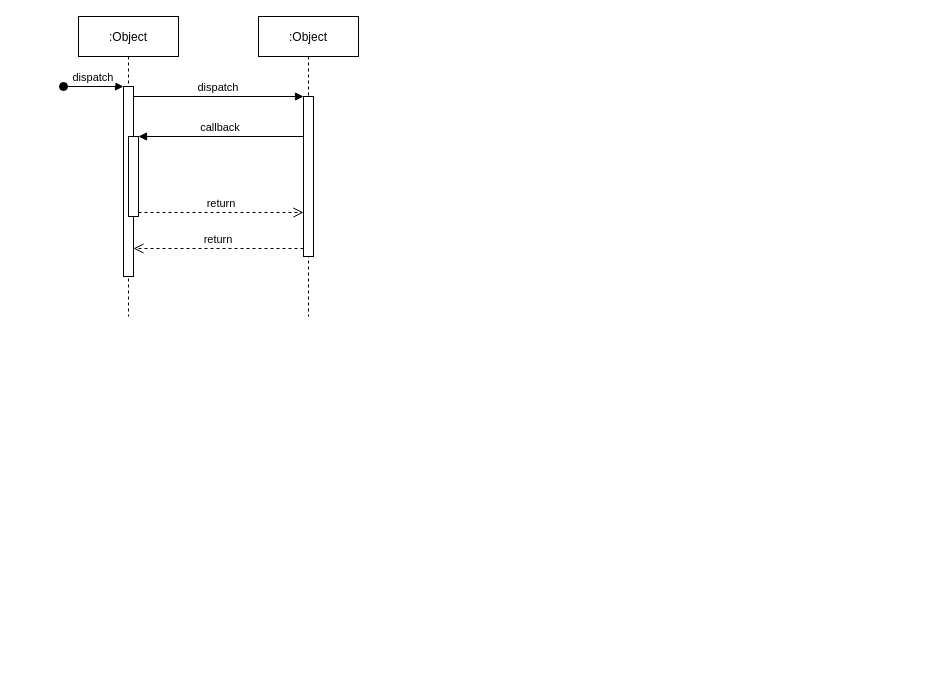
The draw.io diagram HW3Q3.drawio in Theobourne/diagramsCS308, before the edit. Source tidied: cells renumbered, new cells numbered last; positions are measured from the earlier drawing's top-left corner, leaving out a move shared by most shapes. Both pictures are drawn from the tidied source at 100%, with x=0, y=0 at pixel (63, 16).
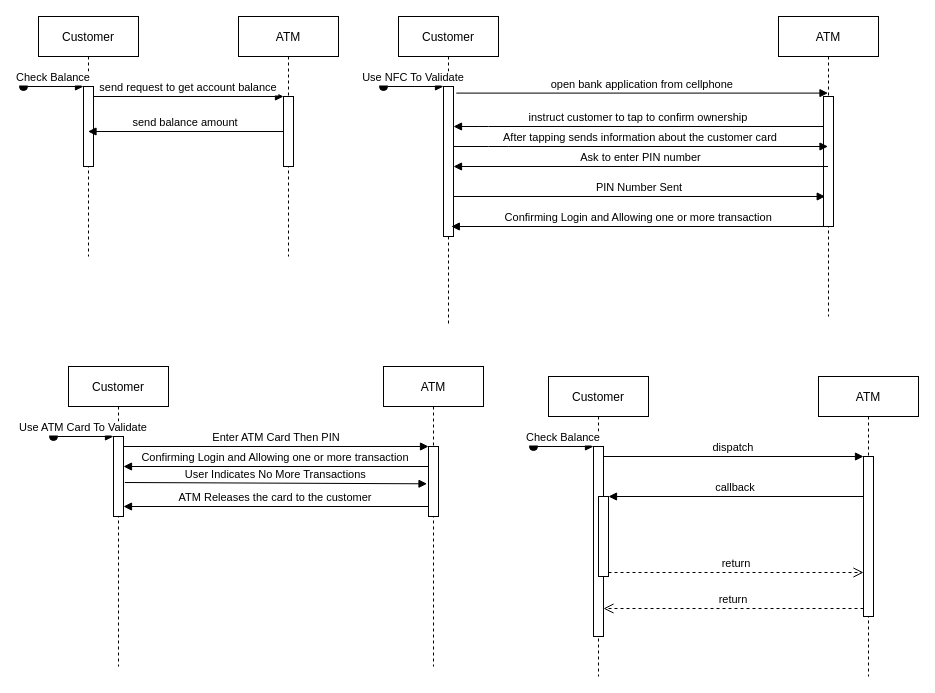
Above is the later version.

Change to the diagram source:
```diff
@@
-    <mxCell id="2" value=":Object" style="shape=umlLifeline;perimeter=lifelinePerimeter;rounded=0;shadow=0;strokeWidth=1;" parent="1" vertex="1">
-      <mxGeometry x="15" width="100" height="300" as="geometry" />
+    <mxCell id="2" value="Customer" style="shape=umlLifeline;perimeter=lifelinePerimeter;rounded=0;shadow=0;strokeWidth=1;" parent="1" vertex="1">
+      <mxGeometry x="-25" width="100" height="240" as="geometry" />
     </mxCell>
     <mxCell id="3" style="points=[];perimeter=orthogonalPerimeter;rounded=0;shadow=0;strokeWidth=1;" parent="2" vertex="1">
-      <mxGeometry x="45" y="70" width="10" height="190" as="geometry" />
+      <mxGeometry x="45" y="70" width="10" height="80" as="geometry" />
     </mxCell>
-    <mxCell id="4" value="dispatch" style="verticalAlign=bottom;startArrow=oval;endArrow=block;startSize=8;shadow=0;strokeWidth=1;" parent="2" edge="1" target="3">
+    <mxCell id="4" value="Check Balance" style="verticalAlign=bottom;startArrow=oval;endArrow=block;startSize=8;shadow=0;strokeWidth=1;" parent="2" edge="1" target="3">
       <mxGeometry relative="1" as="geometry">
         <mxPoint x="-15" y="70" as="sourcePoint" />
       </mxGeometry>
     </mxCell>
-    <mxCell id="5" style="points=[];perimeter=orthogonalPerimeter;rounded=0;shadow=0;strokeWidth=1;" parent="2" vertex="1">
-      <mxGeometry x="50" y="120" width="10" height="80" as="geometry" />
-    </mxCell>
-    <mxCell id="6" value=":Object" style="shape=umlLifeline;perimeter=lifelinePerimeter;rounded=0;shadow=0;strokeWidth=1;" parent="1" vertex="1">
-      <mxGeometry x="195" width="100" height="300" as="geometry" />
+    <mxCell id="6" value="ATM" style="shape=umlLifeline;perimeter=lifelinePerimeter;rounded=0;shadow=0;strokeWidth=1;" parent="1" vertex="1">
+      <mxGeometry x="175" width="100" height="240" as="geometry" />
     </mxCell>
     <mxCell id="7" style="points=[];perimeter=orthogonalPerimeter;rounded=0;shadow=0;strokeWidth=1;" parent="6" vertex="1">
-      <mxGeometry x="45" y="80" width="10" height="160" as="geometry" />
+      <mxGeometry x="45" y="80" width="10" height="70" as="geometry" />
     </mxCell>
-    <mxCell id="8" value="return" style="verticalAlign=bottom;endArrow=open;dashed=1;endSize=8;exitX=0;exitY=0.95;shadow=0;strokeWidth=1;" parent="1" edge="1" source="7" target="3">
-      <mxGeometry relative="1" as="geometry" />
-    </mxCell>
-    <mxCell id="9" value="dispatch" style="verticalAlign=bottom;endArrow=block;entryX=0;entryY=0;shadow=0;strokeWidth=1;" parent="1" edge="1" source="3" target="7">
+    <mxCell id="9" value="send request to get account balance" style="verticalAlign=bottom;endArrow=block;entryX=0;entryY=0;shadow=0;strokeWidth=1;" parent="1" edge="1" source="3" target="7">
       <mxGeometry relative="1" as="geometry" />
     </mxCell>
-    <mxCell id="10" value="callback" style="verticalAlign=bottom;endArrow=block;entryX=1;entryY=0;shadow=0;strokeWidth=1;" parent="1" edge="1" source="7" target="5">
+    <mxCell id="10" value="send balance amount" style="verticalAlign=bottom;endArrow=block;shadow=0;strokeWidth=1;" parent="1" edge="1" source="7" target="2">
       <mxGeometry relative="1" as="geometry" />
     </mxCell>
+    <mxCell id="12" value="Customer" style="shape=umlLifeline;perimeter=lifelinePerimeter;rounded=0;shadow=0;strokeWidth=1;" parent="1" vertex="1">
+      <mxGeometry x="335" width="100" height="310" as="geometry" />
+    </mxCell>
+    <mxCell id="13" style="points=[];perimeter=orthogonalPerimeter;rounded=0;shadow=0;strokeWidth=1;" parent="12" vertex="1">
+      <mxGeometry x="45" y="70" width="10" height="150" as="geometry" />
+    </mxCell>
+    <mxCell id="14" value="Use NFC To Validate" style="verticalAlign=bottom;startArrow=oval;endArrow=block;startSize=8;shadow=0;strokeWidth=1;" parent="12" edge="1" target="13">
+      <mxGeometry relative="1" as="geometry">
+        <mxPoint x="-15" y="70" as="sourcePoint" />
+      </mxGeometry>
+    </mxCell>
+    <mxCell id="15" value="PIN Number Sent" style="verticalAlign=bottom;endArrow=block;shadow=0;strokeWidth=1;exitX=1.283;exitY=0.044;exitDx=0;exitDy=0;exitPerimeter=0;" parent="12" edge="1">
+      <mxGeometry relative="1" as="geometry">
+        <mxPoint x="55" y="180" as="sourcePoint" />
+        <mxPoint x="426.7" y="180" as="targetPoint" />
+      </mxGeometry>
+    </mxCell>
+    <mxCell id="16" value="ATM" style="shape=umlLifeline;perimeter=lifelinePerimeter;rounded=0;shadow=0;strokeWidth=1;" parent="1" vertex="1">
+      <mxGeometry x="715" width="100" height="300" as="geometry" />
+    </mxCell>
+    <mxCell id="17" style="points=[];perimeter=orthogonalPerimeter;rounded=0;shadow=0;strokeWidth=1;" parent="16" vertex="1">
+      <mxGeometry x="45" y="80" width="10" height="130" as="geometry" />
+    </mxCell>
+    <mxCell id="18" value="open bank application from cellphone" style="verticalAlign=bottom;endArrow=block;shadow=0;strokeWidth=1;exitX=1.283;exitY=0.044;exitDx=0;exitDy=0;exitPerimeter=0;" parent="1" edge="1" source="13" target="16">
+      <mxGeometry relative="1" as="geometry" />
+    </mxCell>
+    <mxCell id="19" value="instruct customer to tap to confirm ownership" style="verticalAlign=bottom;endArrow=block;shadow=0;strokeWidth=1;" parent="1" edge="1" source="17" target="13">
+      <mxGeometry relative="1" as="geometry">
+        <Array as="points">
+          <mxPoint x="415" y="110" />
+        </Array>
+      </mxGeometry>
+    </mxCell>
+    <mxCell id="20" value="Customer" style="shape=umlLifeline;perimeter=lifelinePerimeter;rounded=0;shadow=0;strokeWidth=1;" parent="1" vertex="1">
+      <mxGeometry x="5" y="350" width="100" height="300" as="geometry" />
+    </mxCell>
+    <mxCell id="21" style="points=[];perimeter=orthogonalPerimeter;rounded=0;shadow=0;strokeWidth=1;" parent="20" vertex="1">
+      <mxGeometry x="45" y="70" width="10" height="80" as="geometry" />
+    </mxCell>
+    <mxCell id="22" value="Use ATM Card To Validate" style="verticalAlign=bottom;startArrow=oval;endArrow=block;startSize=8;shadow=0;strokeWidth=1;" parent="20" edge="1" target="21">
+      <mxGeometry relative="1" as="geometry">
+        <mxPoint x="-15" y="70" as="sourcePoint" />
+      </mxGeometry>
+    </mxCell>
+    <mxCell id="23" value="ATM" style="shape=umlLifeline;perimeter=lifelinePerimeter;rounded=0;shadow=0;strokeWidth=1;" parent="1" vertex="1">
+      <mxGeometry x="320" y="350" width="100" height="300" as="geometry" />
+    </mxCell>
+    <mxCell id="24" style="points=[];perimeter=orthogonalPerimeter;rounded=0;shadow=0;strokeWidth=1;" parent="23" vertex="1">
+      <mxGeometry x="45" y="80" width="10" height="70" as="geometry" />
+    </mxCell>
+    <mxCell id="25" value="ATM Releases the card to the customer" style="verticalAlign=bottom;endArrow=block;shadow=0;strokeWidth=1;" parent="23" edge="1">
+      <mxGeometry relative="1" as="geometry">
+        <mxPoint x="45" y="140" as="sourcePoint" />
+        <mxPoint x="-260" y="140" as="targetPoint" />
+      </mxGeometry>
+    </mxCell>
+    <mxCell id="26" value="Enter ATM Card Then PIN" style="verticalAlign=bottom;endArrow=block;entryX=0;entryY=0;shadow=0;strokeWidth=1;" parent="1" edge="1" source="21" target="24">
+      <mxGeometry relative="1" as="geometry" />
+    </mxCell>
+    <mxCell id="27" value="Customer" style="shape=umlLifeline;perimeter=lifelinePerimeter;rounded=0;shadow=0;strokeWidth=1;" parent="1" vertex="1">
+      <mxGeometry x="485" y="360" width="100" height="300" as="geometry" />
+    </mxCell>
+    <mxCell id="28" style="points=[];perimeter=orthogonalPerimeter;rounded=0;shadow=0;strokeWidth=1;" parent="27" vertex="1">
+      <mxGeometry x="45" y="70" width="10" height="190" as="geometry" />
+    </mxCell>
+    <mxCell id="29" value="Check Balance" style="verticalAlign=bottom;startArrow=oval;endArrow=block;startSize=8;shadow=0;strokeWidth=1;" parent="27" edge="1" target="28">
+      <mxGeometry relative="1" as="geometry">
+        <mxPoint x="-15" y="70" as="sourcePoint" />
+      </mxGeometry>
+    </mxCell>
+    <mxCell id="5" style="points=[];perimeter=orthogonalPerimeter;rounded=0;shadow=0;strokeWidth=1;" parent="27" vertex="1">
+      <mxGeometry x="50" y="120" width="10" height="80" as="geometry" />
+    </mxCell>
+    <mxCell id="30" value="ATM" style="shape=umlLifeline;perimeter=lifelinePerimeter;rounded=0;shadow=0;strokeWidth=1;" parent="1" vertex="1">
+      <mxGeometry x="755" y="360" width="100" height="300" as="geometry" />
+    </mxCell>
+    <mxCell id="31" style="points=[];perimeter=orthogonalPerimeter;rounded=0;shadow=0;strokeWidth=1;" parent="30" vertex="1">
+      <mxGeometry x="45" y="80" width="10" height="160" as="geometry" />
+    </mxCell>
+    <mxCell id="8" value="return" style="verticalAlign=bottom;endArrow=open;dashed=1;endSize=8;exitX=0;exitY=0.95;shadow=0;strokeWidth=1;" parent="1" edge="1" source="31" target="28">
+      <mxGeometry relative="1" as="geometry" />
+    </mxCell>
+    <mxCell id="32" value="dispatch" style="verticalAlign=bottom;endArrow=block;entryX=0;entryY=0;shadow=0;strokeWidth=1;" parent="1" edge="1" source="28" target="31">
+      <mxGeometry relative="1" as="geometry" />
+    </mxCell>
+    <mxCell id="33" value="callback" style="verticalAlign=bottom;endArrow=block;entryX=1;entryY=0;shadow=0;strokeWidth=1;" parent="1" edge="1" source="31" target="5">
+      <mxGeometry relative="1" as="geometry" />
+    </mxCell>
-    <mxCell id="11" value="return" style="verticalAlign=bottom;endArrow=open;dashed=1;endSize=8;exitX=1;exitY=0.95;shadow=0;strokeWidth=1;" parent="1" edge="1" source="5" target="7">
+    <mxCell id="11" value="return" style="verticalAlign=bottom;endArrow=open;dashed=1;endSize=8;exitX=1;exitY=0.95;shadow=0;strokeWidth=1;" parent="1" edge="1" source="5" target="31">
       <mxGeometry relative="1" as="geometry" />
     </mxCell>
+    <mxCell id="34" value="After tapping sends information about the customer card" style="verticalAlign=bottom;endArrow=block;shadow=0;strokeWidth=1;" parent="1" edge="1" source="13" target="16">
+      <mxGeometry relative="1" as="geometry">
+        <Array as="points">
+          <mxPoint x="435" y="130" />
+        </Array>
+      </mxGeometry>
+    </mxCell>
+    <mxCell id="35" value="Ask to enter PIN number" style="verticalAlign=bottom;endArrow=block;shadow=0;strokeWidth=1;" parent="1" edge="1" source="16" target="13">
+      <mxGeometry relative="1" as="geometry" />
+    </mxCell>
+    <mxCell id="36" value="Confirming Login and Allowing one or more transaction" style="verticalAlign=bottom;endArrow=block;shadow=0;strokeWidth=1;" parent="1" edge="1">
+      <mxGeometry relative="1" as="geometry">
+        <mxPoint x="762.2" y="210" as="sourcePoint" />
+        <mxPoint x="387.8" y="210" as="targetPoint" />
+      </mxGeometry>
+    </mxCell>
+    <mxCell id="37" value="Confirming Login and Allowing one or more transaction" style="verticalAlign=bottom;endArrow=block;shadow=0;strokeWidth=1;" parent="1" edge="1" target="21">
+      <mxGeometry relative="1" as="geometry">
+        <mxPoint x="365" y="450" as="sourcePoint" />
+      </mxGeometry>
+    </mxCell>
+    <mxCell id="38" value="User Indicates No More Transactions" style="verticalAlign=bottom;endArrow=block;entryX=-0.149;entryY=0.533;shadow=0;strokeWidth=1;entryDx=0;entryDy=0;entryPerimeter=0;exitX=1.134;exitY=0.575;exitDx=0;exitDy=0;exitPerimeter=0;" parent="1" edge="1" source="21" target="24">
+      <mxGeometry relative="1" as="geometry" />
+    </mxCell>
```
